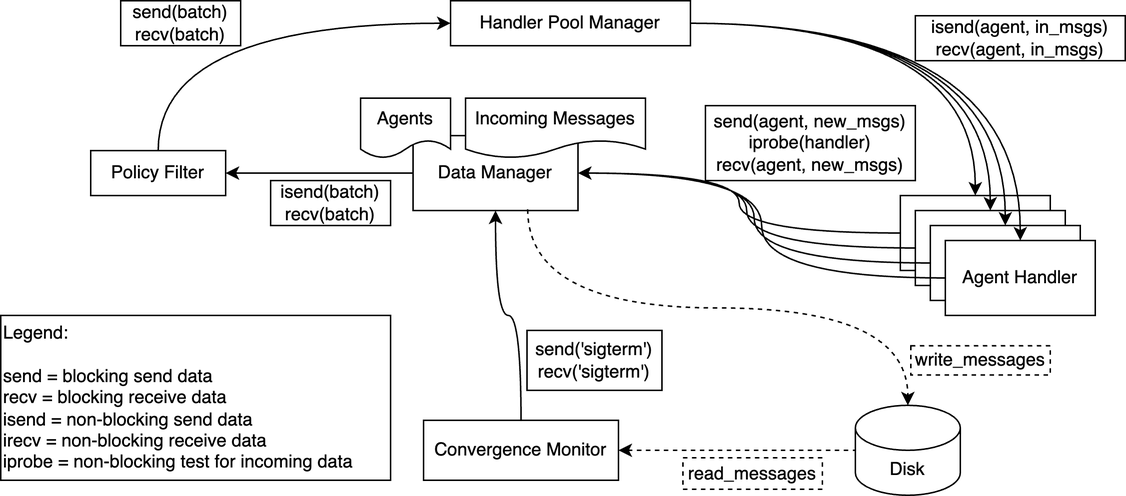
This is architecture.png from osome-iu/carisma-simulator, a draw.io export, as it was before one commit. Source tidied: cells renumbered, new cells last; positions are measured from the earlier drawing's top-left corner, leaving out a move shared by most shapes. Its diagram source:
```xml
<mxGraphModel>
  <root>
    <mxCell id="0" />
    <mxCell id="1" parent="0" />
    <mxCell id="2" value="Policy Filter" style="rounded=0;whiteSpace=wrap;html=1;" parent="1" vertex="1">
      <mxGeometry x="60" y="100" width="90" height="30" as="geometry" />
    </mxCell>
    <mxCell id="3" value="Data Manager" style="rounded=0;whiteSpace=wrap;html=1;" parent="1" vertex="1">
      <mxGeometry x="275" y="90" width="110" height="50" as="geometry" />
    </mxCell>
    <mxCell id="4" style="rounded=0;whiteSpace=wrap;html=1;" parent="1" vertex="1">
      <mxGeometry x="600" y="130" width="100" height="50" as="geometry" />
    </mxCell>
    <mxCell id="5" style="rounded=0;whiteSpace=wrap;html=1;" parent="1" vertex="1">
      <mxGeometry x="610" y="140" width="100" height="50" as="geometry" />
    </mxCell>
    <mxCell id="6" style="rounded=0;whiteSpace=wrap;html=1;" parent="1" vertex="1">
      <mxGeometry x="620" y="150" width="100" height="50" as="geometry" />
    </mxCell>
    <mxCell id="7" value="Agent Handler" style="rounded=0;whiteSpace=wrap;html=1;" parent="1" vertex="1">
      <mxGeometry x="630" y="160" width="100" height="50" as="geometry" />
    </mxCell>
    <mxCell id="8" value="Handler Pool Manager" style="rounded=0;whiteSpace=wrap;html=1;" parent="1" vertex="1">
      <mxGeometry x="300" width="160" height="30" as="geometry" />
    </mxCell>
    <mxCell id="9" value="Convergence Monitor" style="rounded=0;whiteSpace=wrap;html=1;" parent="1" vertex="1">
      <mxGeometry x="282" y="280" width="130" height="40" as="geometry" />
    </mxCell>
    <mxCell id="10" value="Disk" style="shape=cylinder3;whiteSpace=wrap;html=1;boundedLbl=1;backgroundOutline=1;size=15;" parent="1" vertex="1">
      <mxGeometry x="570" y="270" width="70" height="60" as="geometry" />
    </mxCell>
    <mxCell id="11" value="Agents" style="shape=document;whiteSpace=wrap;html=1;boundedLbl=1;" parent="1" vertex="1">
      <mxGeometry x="240" y="65" width="60" height="40" as="geometry" />
    </mxCell>
    <mxCell id="12" value="Incoming Messages" style="shape=document;whiteSpace=wrap;html=1;boundedLbl=1;" parent="1" vertex="1">
      <mxGeometry x="310" y="65" width="120" height="40" as="geometry" />
    </mxCell>
    <mxCell id="13" style="endArrow=classic;html=1;rounded=0;exitX=0;exitY=0.5;exitDx=0;exitDy=0;entryX=1;entryY=0.5;entryDx=0;entryDy=0;edgeStyle=orthogonalEdgeStyle;curved=1;" parent="1" edge="1" source="3" target="2">
      <mxGeometry relative="1" as="geometry" />
    </mxCell>
    <mxCell id="14" style="endArrow=classic;html=1;rounded=0;exitX=0.5;exitY=0;exitDx=0;exitDy=0;entryX=0;entryY=0.5;entryDx=0;entryDy=0;edgeStyle=orthogonalEdgeStyle;curved=1;" parent="1" edge="1" source="2" target="8">
      <mxGeometry relative="1" as="geometry" />
    </mxCell>
    <mxCell id="15" style="endArrow=classic;html=1;rounded=0;exitX=1;exitY=0.5;exitDx=0;exitDy=0;edgeStyle=orthogonalEdgeStyle;curved=1;" parent="1" edge="1" source="8" target="7">
      <mxGeometry relative="1" as="geometry" />
    </mxCell>
    <mxCell id="16" style="endArrow=classic;html=1;rounded=0;exitX=1;exitY=0.5;exitDx=0;exitDy=0;edgeStyle=orthogonalEdgeStyle;curved=1;entryX=0.5;entryY=0;entryDx=0;entryDy=0;" parent="1" edge="1" source="8" target="4">
      <mxGeometry relative="1" as="geometry" />
    </mxCell>
    <mxCell id="17" style="endArrow=classic;html=1;rounded=0;exitX=1;exitY=0.5;exitDx=0;exitDy=0;edgeStyle=orthogonalEdgeStyle;curved=1;entryX=0.5;entryY=0;entryDx=0;entryDy=0;" parent="1" edge="1" source="8" target="5">
      <mxGeometry relative="1" as="geometry" />
    </mxCell>
    <mxCell id="18" style="endArrow=classic;html=1;rounded=0;exitX=1;exitY=0.5;exitDx=0;exitDy=0;edgeStyle=orthogonalEdgeStyle;curved=1;entryX=0.5;entryY=0;entryDx=0;entryDy=0;" parent="1" edge="1" source="8" target="6">
      <mxGeometry relative="1" as="geometry" />
    </mxCell>
    <mxCell id="19" value="isend(agent, in_msgs)&lt;div&gt;recv(agent, in_msgs)&lt;/div&gt;" style="text;html=1;align=center;verticalAlign=middle;whiteSpace=wrap;rounded=0;strokeColor=default;" parent="1" vertex="1">
      <mxGeometry x="610" y="10" width="140" height="30" as="geometry" />
    </mxCell>
    <mxCell id="20" value="send(batch)&lt;div&gt;recv(batch)&lt;/div&gt;" style="text;html=1;align=center;verticalAlign=middle;whiteSpace=wrap;rounded=0;strokeColor=default;" parent="1" vertex="1">
      <mxGeometry x="80" width="80" height="30" as="geometry" />
    </mxCell>
    <mxCell id="21" value="isend(batch)&lt;div&gt;recv(batch)&lt;/div&gt;" style="text;html=1;align=center;verticalAlign=middle;whiteSpace=wrap;rounded=0;strokeColor=default;" parent="1" vertex="1">
      <mxGeometry x="180" y="120" width="80" height="30" as="geometry" />
    </mxCell>
    <mxCell id="22" value="Legend:&lt;div&gt;&lt;div&gt;&lt;br&gt;&lt;/div&gt;&lt;div&gt;send = blocking send data&lt;/div&gt;&lt;div&gt;recv = blocking receive data&lt;/div&gt;&lt;div&gt;&lt;div&gt;isend = non-blocking send data&lt;/div&gt;&lt;div&gt;irecv = non-blocking receive data&lt;/div&gt;&lt;/div&gt;&lt;div&gt;iprobe = non-blocking test for incoming data&lt;/div&gt;&lt;/div&gt;" style="text;html=1;align=left;verticalAlign=middle;whiteSpace=wrap;rounded=0;strokeColor=default;" parent="1" vertex="1">
      <mxGeometry y="210" width="260" height="110" as="geometry" />
    </mxCell>
    <mxCell id="23" style="endArrow=none;html=1;rounded=0;exitX=1;exitY=0.5;exitDx=0;exitDy=0;entryX=0;entryY=0.5;entryDx=0;entryDy=0;entryPerimeter=0;edgeStyle=orthogonalEdgeStyle;curved=1;dashed=1;startArrow=classic;startFill=1;endFill=0;" parent="1" edge="1" source="9" target="10">
      <mxGeometry relative="1" as="geometry" />
    </mxCell>
    <mxCell id="24" style="endArrow=classic;html=1;rounded=0;exitX=0.695;exitY=0.984;exitDx=0;exitDy=0;entryX=0.5;entryY=0;entryDx=0;entryDy=0;entryPerimeter=0;edgeStyle=orthogonalEdgeStyle;curved=1;exitPerimeter=0;dashed=1;" parent="1" edge="1" source="3" target="10">
      <mxGeometry relative="1" as="geometry" />
    </mxCell>
    <mxCell id="25" style="endArrow=classic;html=1;rounded=0;exitX=0.5;exitY=0;exitDx=0;exitDy=0;entryX=0.5;entryY=1;entryDx=0;entryDy=0;edgeStyle=orthogonalEdgeStyle;curved=1;" parent="1" edge="1" source="9" target="3">
      <mxGeometry relative="1" as="geometry" />
    </mxCell>
    <mxCell id="26" style="endArrow=classic;html=1;rounded=0;exitX=0;exitY=0.5;exitDx=0;exitDy=0;entryX=1;entryY=0.5;entryDx=0;entryDy=0;edgeStyle=orthogonalEdgeStyle;curved=1;" parent="1" edge="1" source="7" target="3">
      <mxGeometry relative="1" as="geometry" />
    </mxCell>
    <mxCell id="27" style="endArrow=classic;html=1;rounded=0;exitX=0;exitY=0.5;exitDx=0;exitDy=0;entryX=1;entryY=0.5;entryDx=0;entryDy=0;edgeStyle=orthogonalEdgeStyle;curved=1;" parent="1" edge="1" source="6" target="3">
      <mxGeometry relative="1" as="geometry" />
    </mxCell>
    <mxCell id="28" style="endArrow=classic;html=1;rounded=0;exitX=0;exitY=0.5;exitDx=0;exitDy=0;edgeStyle=orthogonalEdgeStyle;curved=1;entryX=1;entryY=0.5;entryDx=0;entryDy=0;" parent="1" edge="1" source="5" target="3">
      <mxGeometry relative="1" as="geometry" />
    </mxCell>
    <mxCell id="29" style="endArrow=classic;html=1;rounded=0;edgeStyle=orthogonalEdgeStyle;curved=1;entryX=1;entryY=0.5;entryDx=0;entryDy=0;exitX=0;exitY=0.5;exitDx=0;exitDy=0;" parent="1" edge="1" source="4" target="3">
      <mxGeometry relative="1" as="geometry" />
    </mxCell>
    <mxCell id="30" value="send(agent, new_msgs)&lt;div&gt;iprobe(handler)&lt;br&gt;&lt;div&gt;recv(agent, new_msgs)&lt;/div&gt;&lt;/div&gt;" style="text;html=1;align=center;verticalAlign=middle;whiteSpace=wrap;rounded=0;strokeColor=default;" parent="1" vertex="1">
      <mxGeometry x="470" y="70" width="140" height="50" as="geometry" />
    </mxCell>
    <mxCell id="31" value="send('sigterm')&lt;div&gt;recv('sigterm')&lt;/div&gt;" style="text;html=1;align=center;verticalAlign=middle;whiteSpace=wrap;rounded=0;strokeColor=default;" parent="1" vertex="1">
      <mxGeometry x="351" y="220" width="90" height="40" as="geometry" />
    </mxCell>
    <mxCell id="32" value="read_messages" style="text;html=1;align=center;verticalAlign=middle;whiteSpace=wrap;rounded=0;strokeColor=default;dashed=1;" parent="1" vertex="1">
      <mxGeometry x="455" y="305" width="93" height="21" as="geometry" />
    </mxCell>
    <mxCell id="33" value="write_messages" style="text;html=1;align=center;verticalAlign=middle;whiteSpace=wrap;rounded=0;strokeColor=default;dashed=1;" parent="1" vertex="1">
      <mxGeometry x="607" y="230.2" width="93" height="19.5" as="geometry" />
    </mxCell>
  </root>
</mxGraphModel>
```
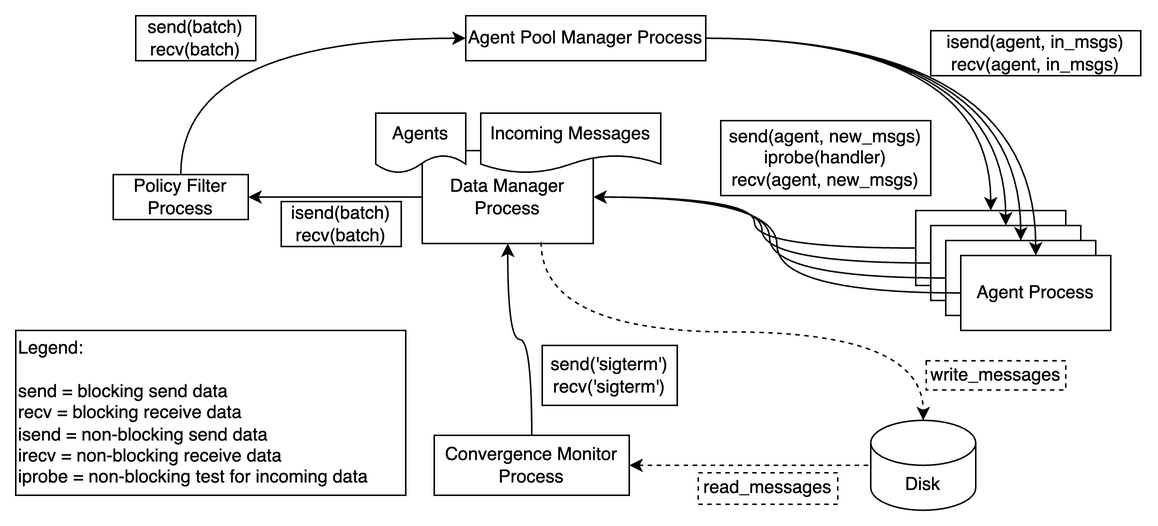
Later version of the same file.

Commit message:
Updated process names

The edit, as a diff of the source:
```diff
@@ -2,11 +2,11 @@
   <root>
     <mxCell id="0" />
     <mxCell id="1" parent="0" />
-    <mxCell id="2" value="Policy Filter" style="rounded=0;whiteSpace=wrap;html=1;" parent="1" vertex="1">
-      <mxGeometry x="60" y="100" width="90" height="30" as="geometry" />
+    <mxCell id="2" value="Policy Filter Process" style="rounded=0;whiteSpace=wrap;html=1;" parent="1" vertex="1">
+      <mxGeometry x="65" y="106" width="90" height="30" as="geometry" />
     </mxCell>
-    <mxCell id="3" value="Data Manager" style="rounded=0;whiteSpace=wrap;html=1;" parent="1" vertex="1">
-      <mxGeometry x="275" y="90" width="110" height="50" as="geometry" />
+    <mxCell id="3" value="Data Manager Process" style="rounded=0;whiteSpace=wrap;html=1;" parent="1" vertex="1">
+      <mxGeometry x="271" y="90" width="114" height="62" as="geometry" />
     </mxCell>
     <mxCell id="4" style="rounded=0;whiteSpace=wrap;html=1;" parent="1" vertex="1">
       <mxGeometry x="600" y="130" width="100" height="50" as="geometry" />
@@ -17,14 +17,14 @@
     <mxCell id="6" style="rounded=0;whiteSpace=wrap;html=1;" parent="1" vertex="1">
       <mxGeometry x="620" y="150" width="100" height="50" as="geometry" />
     </mxCell>
-    <mxCell id="7" value="Agent Handler" style="rounded=0;whiteSpace=wrap;html=1;" parent="1" vertex="1">
+    <mxCell id="7" value="Agent Process" style="rounded=0;whiteSpace=wrap;html=1;" parent="1" vertex="1">
       <mxGeometry x="630" y="160" width="100" height="50" as="geometry" />
     </mxCell>
-    <mxCell id="8" value="Handler Pool Manager" style="rounded=0;whiteSpace=wrap;html=1;" parent="1" vertex="1">
+    <mxCell id="8" value="Agent Pool Manager Process" style="rounded=0;whiteSpace=wrap;html=1;" parent="1" vertex="1">
       <mxGeometry x="300" width="160" height="30" as="geometry" />
     </mxCell>
-    <mxCell id="9" value="Convergence Monitor" style="rounded=0;whiteSpace=wrap;html=1;" parent="1" vertex="1">
-      <mxGeometry x="282" y="280" width="130" height="40" as="geometry" />
+    <mxCell id="9" value="Convergence Monitor Process" style="rounded=0;whiteSpace=wrap;html=1;" parent="1" vertex="1">
+      <mxGeometry x="279" y="280" width="130" height="40" as="geometry" />
     </mxCell>
     <mxCell id="10" value="Disk" style="shape=cylinder3;whiteSpace=wrap;html=1;boundedLbl=1;backgroundOutline=1;size=15;" parent="1" vertex="1">
       <mxGeometry x="570" y="270" width="70" height="60" as="geometry" />
@@ -60,7 +60,7 @@
       <mxGeometry x="80" width="80" height="30" as="geometry" />
     </mxCell>
     <mxCell id="21" value="isend(batch)&lt;div&gt;recv(batch)&lt;/div&gt;" style="text;html=1;align=center;verticalAlign=middle;whiteSpace=wrap;rounded=0;strokeColor=default;" parent="1" vertex="1">
-      <mxGeometry x="180" y="120" width="80" height="30" as="geometry" />
+      <mxGeometry x="177" y="124" width="80" height="30" as="geometry" />
     </mxCell>
     <mxCell id="22" value="Legend:&lt;div&gt;&lt;div&gt;&lt;br&gt;&lt;/div&gt;&lt;div&gt;send = blocking send data&lt;/div&gt;&lt;div&gt;recv = blocking receive data&lt;/div&gt;&lt;div&gt;&lt;div&gt;isend = non-blocking send data&lt;/div&gt;&lt;div&gt;irecv = non-blocking receive data&lt;/div&gt;&lt;/div&gt;&lt;div&gt;iprobe = non-blocking test for incoming data&lt;/div&gt;&lt;/div&gt;" style="text;html=1;align=left;verticalAlign=middle;whiteSpace=wrap;rounded=0;strokeColor=default;" parent="1" vertex="1">
       <mxGeometry y="210" width="260" height="110" as="geometry" />
```
